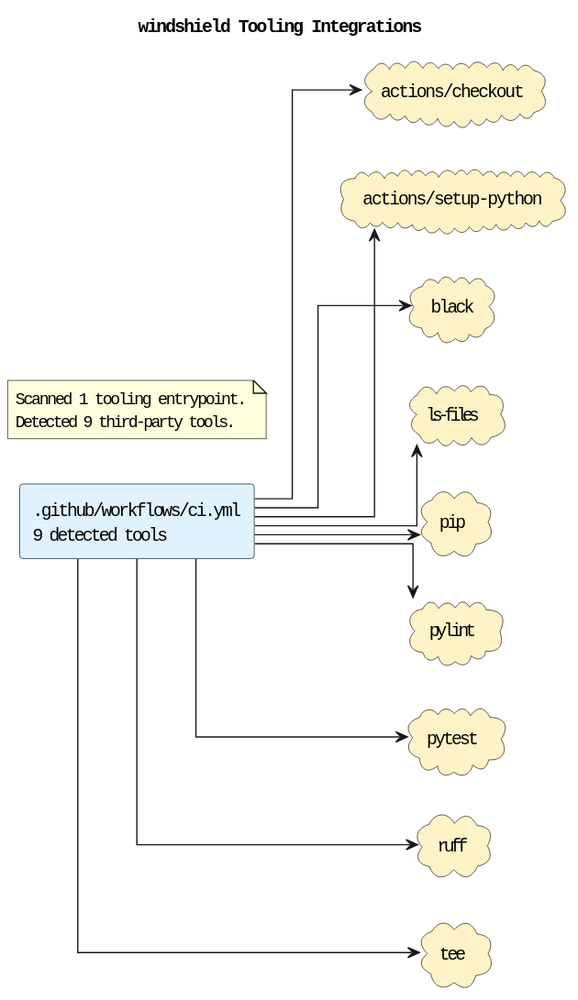
This is docs/diagrams/tooling-integrations.puml.svg from casonk/windshield, a PlantUML export, as it was before one commit. Source of this version:
```plantuml
@startuml
title windshield Tooling Integrations
left to right direction
skinparam shadowing false
skinparam defaultFontName Monospace
skinparam componentStyle rectangle
skinparam linetype ortho
rectangle ".github/workflows/ci.yml\n9 detected tools" as source_github_workflows_ci_yml #E0F2FE
cloud "actions/checkout" as tool_actions_checkout #FEF3C7
cloud "actions/setup-python" as tool_actions_setup_python #FEF3C7
cloud "black" as tool_black #FEF3C7
cloud "ls-files" as tool_ls_files #FEF3C7
cloud "pip" as tool_pip #FEF3C7
cloud "pylint" as tool_pylint #FEF3C7
cloud "pytest" as tool_pytest #FEF3C7
cloud "ruff" as tool_ruff #FEF3C7
cloud "tee" as tool_tee #FEF3C7
source_github_workflows_ci_yml --> tool_actions_checkout
source_github_workflows_ci_yml --> tool_actions_setup_python
source_github_workflows_ci_yml --> tool_black
source_github_workflows_ci_yml --> tool_ls_files
source_github_workflows_ci_yml --> tool_pip
source_github_workflows_ci_yml --> tool_pylint
source_github_workflows_ci_yml --> tool_pytest
source_github_workflows_ci_yml --> tool_ruff
source_github_workflows_ci_yml --> tool_tee
note as toolingGraphSummary
Scanned 1 tooling entrypoint.
Detected 9 third-party tools.
end note
@enduml
```
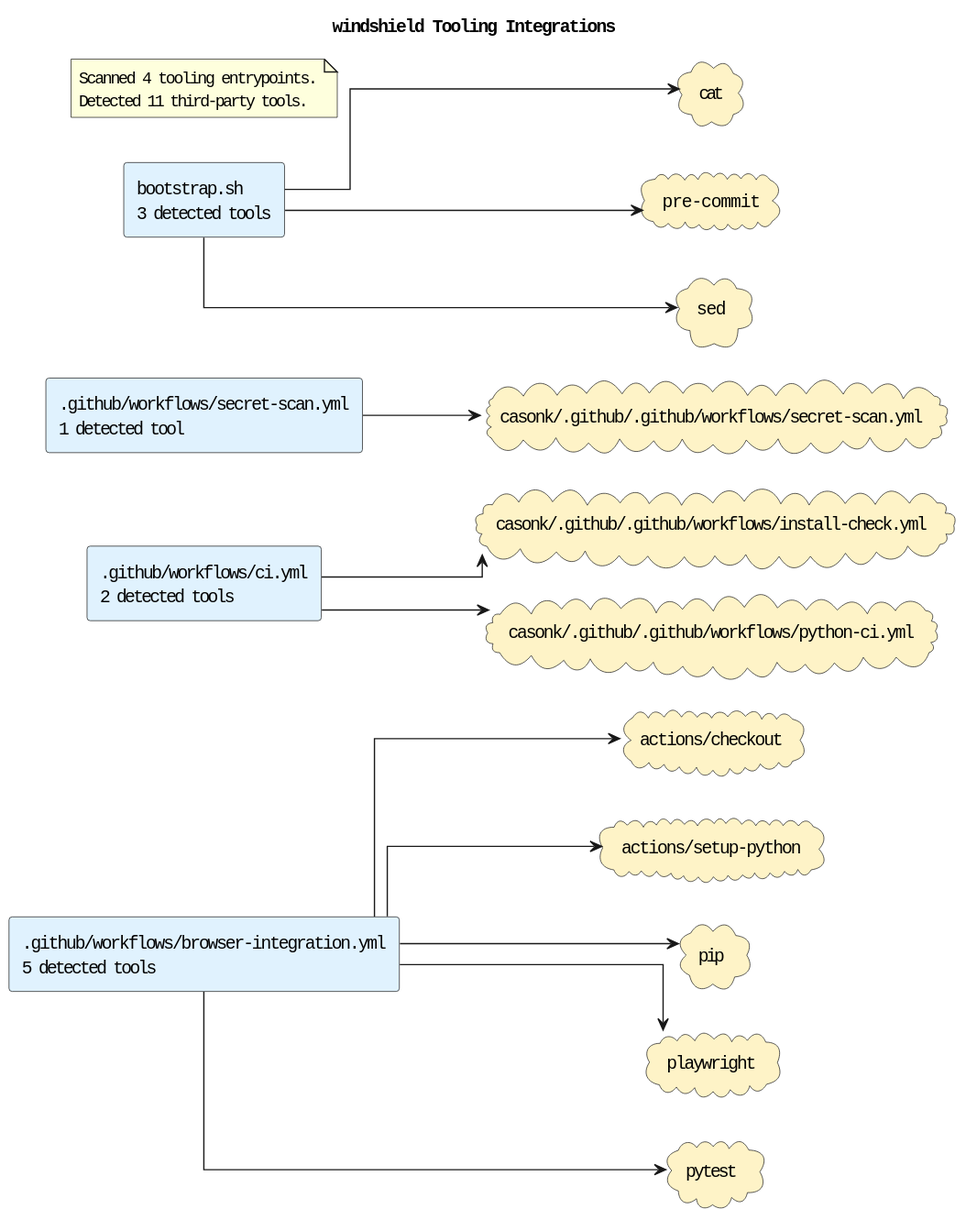
The same diagram one commit later.

Diff of the diagram source:
```diff
@@ -5,27 +5,34 @@
 skinparam defaultFontName Monospace
 skinparam componentStyle rectangle
 skinparam linetype ortho
-rectangle ".github/workflows/ci.yml\n9 detected tools" as source_github_workflows_ci_yml #E0F2FE
+rectangle ".github/workflows/browser-integration.yml\n5 detected tools" as source_github_workflows_browser_integration_yml #E0F2FE
+rectangle ".github/workflows/ci.yml\n2 detected tools" as source_github_workflows_ci_yml #E0F2FE
+rectangle ".github/workflows/secret-scan.yml\n1 detected tool" as source_github_workflows_secret_scan_yml #E0F2FE
+rectangle "bootstrap.sh\n3 detected tools" as source_bootstrap_sh #E0F2FE
 cloud "actions/checkout" as tool_actions_checkout #FEF3C7
 cloud "actions/setup-python" as tool_actions_setup_python #FEF3C7
-cloud "black" as tool_black #FEF3C7
-cloud "ls-files" as tool_ls_files #FEF3C7
+cloud "casonk/.github/.github/workflows/install-check.yml" as tool_casonk_github_github_workflows_install_check_yml #FEF3C7
+cloud "casonk/.github/.github/workflows/python-ci.yml" as tool_casonk_github_github_workflows_python_ci_yml #FEF3C7
+cloud "casonk/.github/.github/workflows/secret-scan.yml" as tool_casonk_github_github_workflows_secret_scan_yml #FEF3C7
+cloud "cat" as tool_cat #FEF3C7
 cloud "pip" as tool_pip #FEF3C7
-cloud "pylint" as tool_pylint #FEF3C7
+cloud "playwright" as tool_playwright #FEF3C7
+cloud "pre-commit" as tool_pre_commit #FEF3C7
 cloud "pytest" as tool_pytest #FEF3C7
-cloud "ruff" as tool_ruff #FEF3C7
-cloud "tee" as tool_tee #FEF3C7
-source_github_workflows_ci_yml --> tool_actions_checkout
-source_github_workflows_ci_yml --> tool_actions_setup_python
-source_github_workflows_ci_yml --> tool_black
-source_github_workflows_ci_yml --> tool_ls_files
-source_github_workflows_ci_yml --> tool_pip
-source_github_workflows_ci_yml --> tool_pylint
-source_github_workflows_ci_yml --> tool_pytest
-source_github_workflows_ci_yml --> tool_ruff
-source_github_workflows_ci_yml --> tool_tee
+cloud "sed" as tool_sed #FEF3C7
+source_github_workflows_browser_integration_yml --> tool_actions_checkout
+source_github_workflows_browser_integration_yml --> tool_actions_setup_python
+source_github_workflows_browser_integration_yml --> tool_pip
+source_github_workflows_browser_integration_yml --> tool_playwright
+source_github_workflows_browser_integration_yml --> tool_pytest
+source_github_workflows_ci_yml --> tool_casonk_github_github_workflows_install_check_yml
+source_github_workflows_ci_yml --> tool_casonk_github_github_workflows_python_ci_yml
+source_github_workflows_secret_scan_yml --> tool_casonk_github_github_workflows_secret_scan_yml
+source_bootstrap_sh --> tool_cat
+source_bootstrap_sh --> tool_pre_commit
+source_bootstrap_sh --> tool_sed
 note as toolingGraphSummary
-Scanned 1 tooling entrypoint.
-Detected 9 third-party tools.
+Scanned 4 tooling entrypoints.
+Detected 11 third-party tools.
 end note
 @enduml
```
